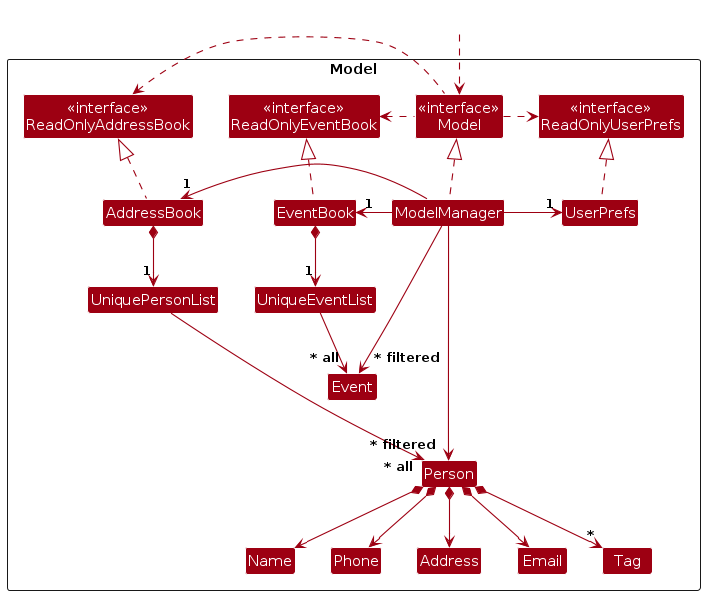
Earlier version of the PlantUML export diagrams/ModelClassDiagram.png (AriellaCallista/tp). Its source is kept beside it as diagrams/ModelClassDiagram.puml. Its diagram source:
```plantuml
@startuml
!include style.puml
skinparam arrowThickness 1.1
skinparam arrowColor MODEL_COLOR
skinparam classBackgroundColor MODEL_COLOR

Package Model as ModelPackage <<Rectangle>>{
Class "<<interface>>\nReadOnlyAddressBook" as ReadOnlyAddressBook
Class "<<interface>>\nReadOnlyEventBook" as ReadOnlyEventBook
Class "<<interface>>\nReadOnlyUserPrefs" as ReadOnlyUserPrefs
Class "<<interface>>\nModel" as Model
Class AddressBook
Class EventBook
Class ModelManager
Class UserPrefs

Class UniquePersonList
Class Person
Class Address
Class Email
Class Name
Class Phone
Class Tag

Class Event
Class UniqueEventList

Class I #FFFFFF
}

Class HiddenOutside #FFFFFF
HiddenOutside ..> Model

AddressBook .up.|> ReadOnlyAddressBook
EventBook .up.|> ReadOnlyEventBook

ModelManager .up.|> Model
Model .right.> ReadOnlyUserPrefs
Model .left.> ReadOnlyAddressBook
Model .left.> ReadOnlyEventBook
ModelManager -left-> "1" AddressBook
ModelManager -left-> "1" EventBook
ModelManager -right-> "1" UserPrefs
UserPrefs .up.|> ReadOnlyUserPrefs

EventBook *--> "1" UniqueEventList
UniqueEventList --> "~* all" Event

AddressBook *--> "1" UniquePersonList
UniquePersonList --> "~* all" Person
Person *--> Name
Person *--> Phone
Person *--> Email
Person *--> Address
Person *--> "*" Tag

Person -[hidden]up--> I
UniquePersonList -[hidden]right-> I

Name -[hidden]right-> Phone
Phone -[hidden]right-> Address
Address -[hidden]right-> Email

ModelManager --> "~* filtered" Person
ModelManager --> "~* filtered" Event
@enduml
```
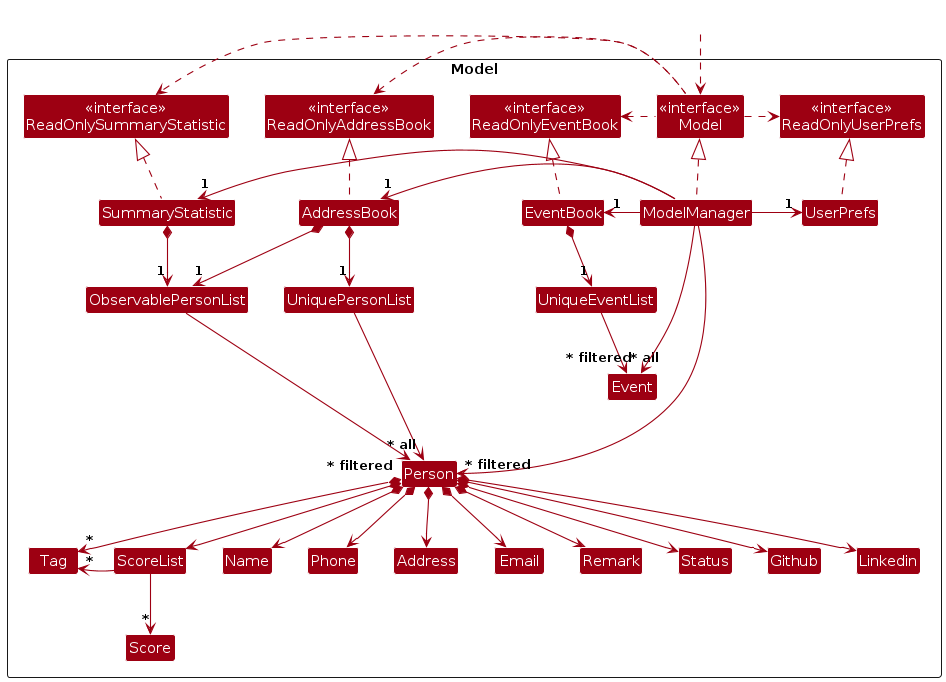
After the commit.

Diff of the diagram source:
```diff
@@ -8,11 +8,14 @@
 Class "<<interface>>\nReadOnlyAddressBook" as ReadOnlyAddressBook
 Class "<<interface>>\nReadOnlyEventBook" as ReadOnlyEventBook
 Class "<<interface>>\nReadOnlyUserPrefs" as ReadOnlyUserPrefs
+Class "<<interface>>\nReadOnlySummaryStatistic" as ReadOnlySummaryStatistic
 Class "<<interface>>\nModel" as Model
 Class AddressBook
 Class EventBook
 Class ModelManager
 Class UserPrefs
+Class SummaryStatistic
+Class ObservablePersonList
 
 Class UniquePersonList
 Class Person
@@ -21,6 +24,13 @@
 Class Name
 Class Phone
 Class Tag
+Class Remark
+Class ScoreList
+Class Score
+Class Status
+Class Github
+Class Linkedin
+
 
 Class Event
 Class UniqueEventList
@@ -34,25 +44,41 @@
 AddressBook .up.|> ReadOnlyAddressBook
 EventBook .up.|> ReadOnlyEventBook
 
+
 ModelManager .up.|> Model
 Model .right.> ReadOnlyUserPrefs
+Model .right.> ReadOnlySummaryStatistic
 Model .left.> ReadOnlyAddressBook
 Model .left.> ReadOnlyEventBook
+
 ModelManager -left-> "1" AddressBook
 ModelManager -left-> "1" EventBook
+ModelManager -right-> "1" SummaryStatistic
 ModelManager -right-> "1" UserPrefs
 UserPrefs .up.|> ReadOnlyUserPrefs
+SummaryStatistic .up.|> ReadOnlySummaryStatistic
 
+SummaryStatistic *--> "1" ObservablePersonList
 EventBook *--> "1" UniqueEventList
 UniqueEventList --> "~* all" Event
 
 AddressBook *--> "1" UniquePersonList
+AddressBook *--> "1" ObservablePersonList
 UniquePersonList --> "~* all" Person
+ObservablePersonList --> "~* filtered" Person
 Person *--> Name
 Person *--> Phone
 Person *--> Email
 Person *--> Address
+Person *--> Remark
+Person *--> ScoreList
 Person *--> "*" Tag
+Person *--> Status
+Person *--> Github
+Person *--> Linkedin
+
+ScoreList -left-> "*" Tag
+ScoreList -down-> "*" Score
 
 Person -[hidden]up--> I
 UniquePersonList -[hidden]right-> I
@@ -60,6 +86,7 @@
 Name -[hidden]right-> Phone
 Phone -[hidden]right-> Address
 Address -[hidden]right-> Email
+Tag -[hidden]right-> ScoreList
 
 ModelManager --> "~* filtered" Person
 ModelManager --> "~* filtered" Event
```
